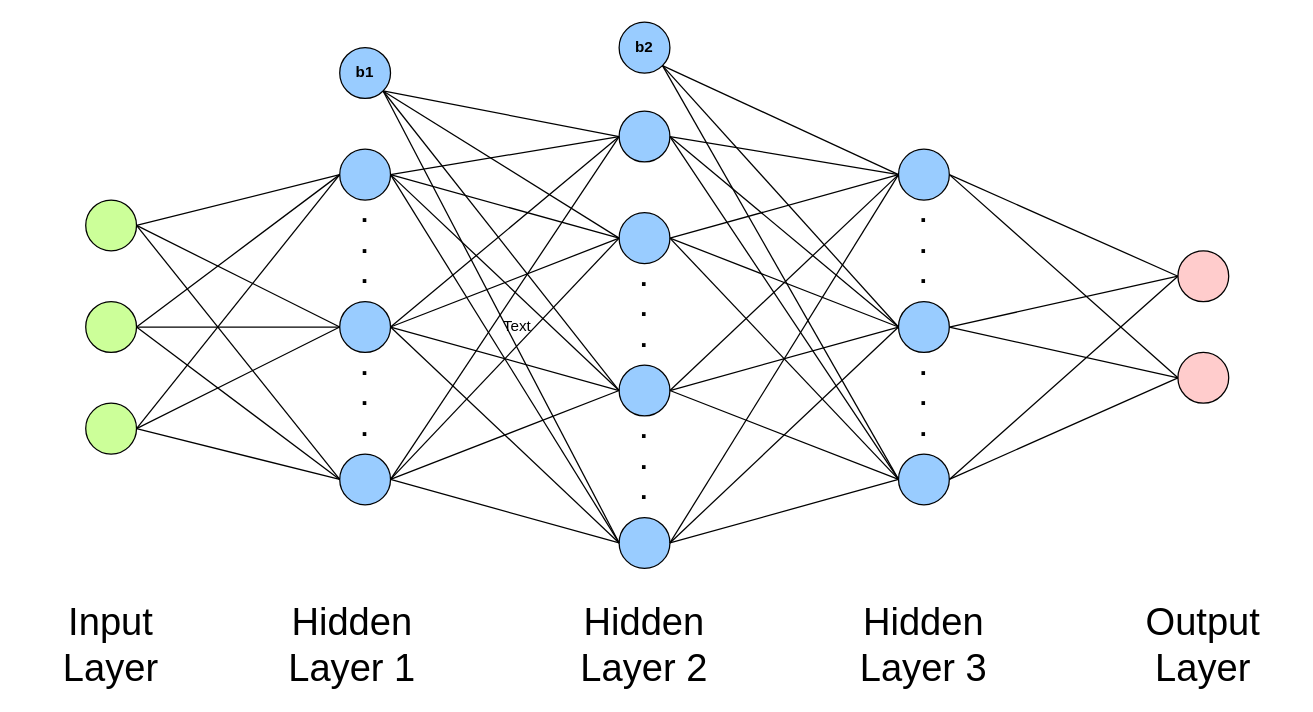
The draw.io diagram images/nn.drawio in Sunfl4wer/graduation_thesis, before the edit. Source tidied: cells renumbered, new cells numbered last; positions are measured from the earlier drawing's top-left corner, leaving out a move shared by most shapes. Both pictures are drawn from the tidied source at 127%, with x=0, y=0 at pixel (22, 22).
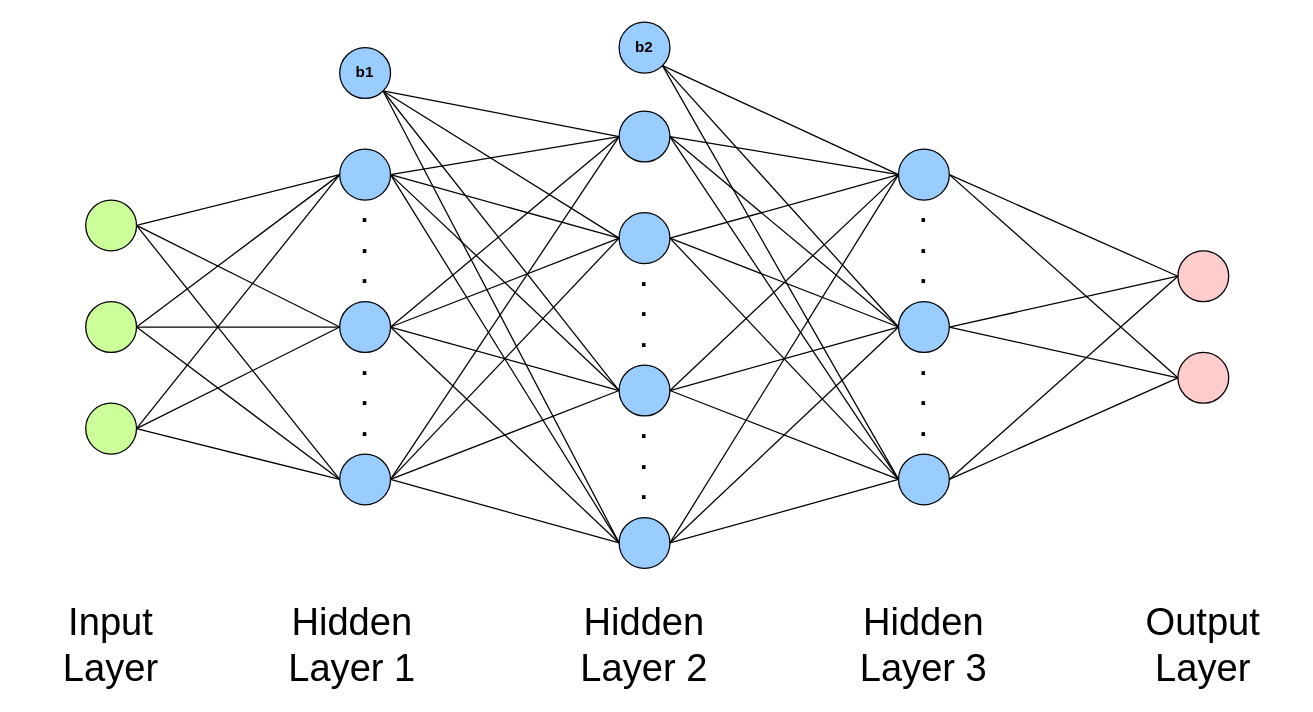
Above is the later version.

What changed in the source:
```diff
@@
-    <mxCell id="71" value="Text" style="text;html=1;strokeColor=none;fillColor=none;align=center;verticalAlign=middle;whiteSpace=wrap;rounded=0;" parent="1" vertex="1">
-      <mxGeometry x="370" y="230" width="40" height="20" as="geometry" />
-    </mxCell>
```
